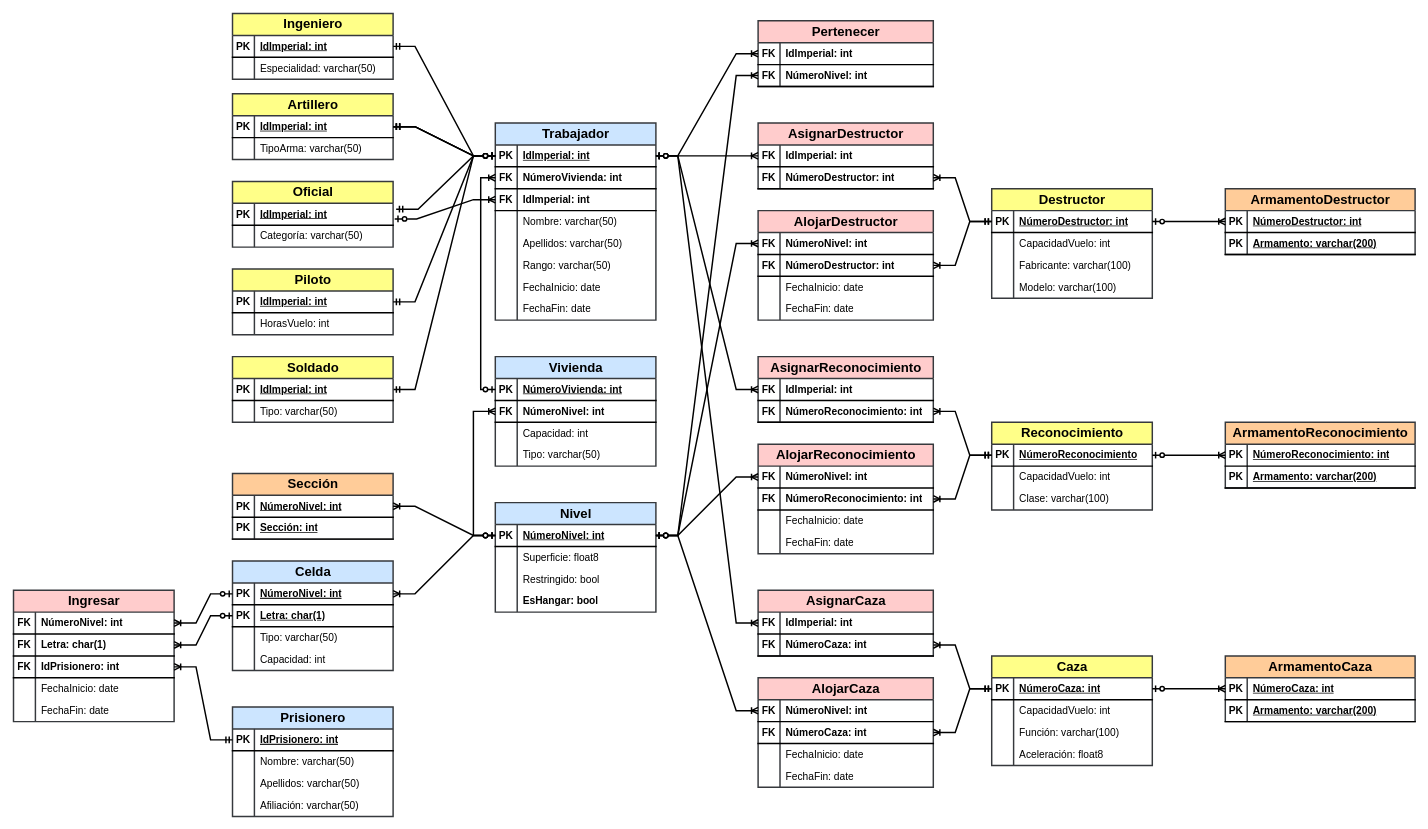
This is Tarea03_equipo/Diagramas/Ejercicio2A.drawio from Htska/Db, a draw.io file, before an edit. Source tidied: cells renumbered, new cells numbered last; positions are measured from the earlier drawing's top-left corner, leaving out a move shared by most shapes. Both pictures are drawn from the tidied source at 73%, with x=0, y=0 at pixel (13, 13).
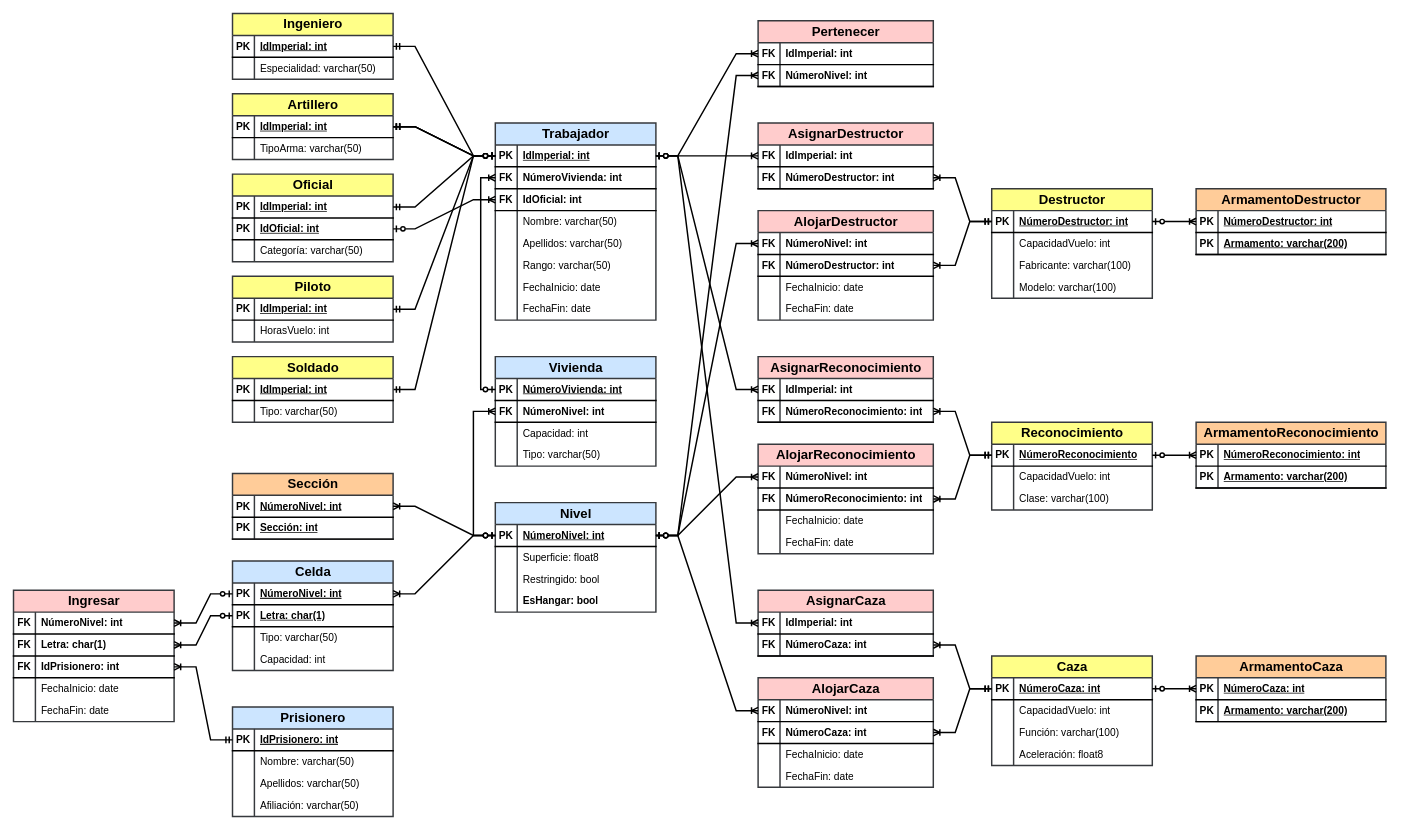
Above is the later version.

Commit message (it also covers changes not shown here):
actualizar 2a tarea 3

Unchanged cells that the change refers to:
```xml
<mxCell id="3" style="shape=tableRow;horizontal=0;startSize=0;swimlaneHead=0;swimlaneBody=0;fillColor=none;points=[[0,0.5],[1,0.5]];portConstraint=eastwest;top=0;left=0;right=0;bottom=1;strokeWidth=2;fontSize=14;labelBackgroundColor=none;" parent="2" vertex="1">
  <mxGeometry y="30" width="220" height="30" as="geometry" />
</mxCell>
<mxCell id="9" style="shape=tableRow;horizontal=0;startSize=0;swimlaneHead=0;swimlaneBody=0;fillColor=none;points=[[0,0.5],[1,0.5]];portConstraint=eastwest;top=0;left=0;right=0;bottom=1;strokeWidth=2;fontSize=14;labelBackgroundColor=none;" parent="2" vertex="1">
  <mxGeometry y="90" width="220" height="30" as="geometry" />
</mxCell>
<mxCell id="144" style="shape=tableRow;horizontal=0;startSize=0;swimlaneHead=0;swimlaneBody=0;fillColor=none;points=[[0,0.5],[1,0.5]];portConstraint=eastwest;top=0;left=0;right=0;bottom=1;strokeWidth=2;fontSize=14;labelBackgroundColor=none;" parent="143" vertex="1">
  <mxGeometry y="30" width="220" height="30" as="geometry" />
</mxCell>
```

The edit, as a diff of the source:
```diff
@@
-    <mxCell id="11" value="IdImperial: int" style="shape=partialRectangle;fillColor=none;top=0;left=0;bottom=0;right=0;align=left;spacingLeft=6;fontStyle=1;overflow=hidden;whiteSpace=wrap;html=1;strokeWidth=2;fontSize=14;labelBackgroundColor=none;" parent="9" vertex="1">
+    <mxCell id="11" value="IdOficial: int" style="shape=partialRectangle;fillColor=none;top=0;left=0;bottom=0;right=0;align=left;spacingLeft=6;fontStyle=1;overflow=hidden;whiteSpace=wrap;html=1;strokeWidth=2;fontSize=14;labelBackgroundColor=none;" parent="9" vertex="1">
       <mxGeometry x="30" width="190" height="30" as="geometry" />
     </mxCell>
@@
     <mxCell id="102" value="&lt;font style=&quot;font-size: 18px;&quot;&gt;ArmamentoDestructor&lt;/font&gt;" style="shape=table;startSize=30;childLayout=tableLayout;rowLines=0;fontStyle=1;align=center;html=1;strokeWidth=2;fontSize=14;labelBackgroundColor=none;fillColor=#ffcc99;strokeColor=#36393d;" parent="1" vertex="1">
-      <mxGeometry x="1660" y="240" width="260" height="90" as="geometry" />
+      <mxGeometry x="1620" y="240" width="260" height="90" as="geometry" />
     </mxCell>
@@
     <mxCell id="109" value="&lt;font style=&quot;font-size: 18px;&quot;&gt;ArmamentoReconocimiento&lt;/font&gt;" style="shape=table;startSize=30;childLayout=tableLayout;rowLines=0;fontStyle=1;align=center;html=1;strokeWidth=2;fontSize=14;labelBackgroundColor=none;fillColor=#ffcc99;strokeColor=#36393d;" parent="1" vertex="1">
-      <mxGeometry x="1660" y="560" width="260" height="90" as="geometry" />
+      <mxGeometry x="1620" y="560" width="260" height="90" as="geometry" />
     </mxCell>
@@
     <mxCell id="116" value="&lt;font style=&quot;font-size: 18px;&quot;&gt;ArmamentoCaza&lt;/font&gt;" style="shape=table;startSize=30;childLayout=tableLayout;rowLines=0;fontStyle=1;align=center;html=1;strokeWidth=2;fontSize=14;labelBackgroundColor=none;fillColor=#ffcc99;strokeColor=#36393d;" parent="1" vertex="1">
-      <mxGeometry x="1660" y="880" width="260" height="90" as="geometry" />
+      <mxGeometry x="1620" y="880" width="260" height="90" as="geometry" />
     </mxCell>
@@
     <mxCell id="143" value="&lt;font style=&quot;font-size: 18px;&quot;&gt;Oficial&lt;/font&gt;" style="shape=table;startSize=30;childLayout=tableLayout;rowLines=0;fontStyle=1;align=center;html=1;strokeWidth=2;fontSize=14;labelBackgroundColor=none;fillColor=#ffff88;strokeColor=#36393d;" parent="1" vertex="1">
-      <mxGeometry x="300" y="230" width="220" height="90" as="geometry" />
+      <mxGeometry x="300" y="220" width="220" height="120" as="geometry" />
     </mxCell>
@@
+    <mxCell id="293" style="shape=tableRow;horizontal=0;startSize=0;swimlaneHead=0;swimlaneBody=0;fillColor=none;points=[[0,0.5],[1,0.5]];portConstraint=eastwest;top=0;left=0;right=0;bottom=1;strokeWidth=2;fontSize=14;labelBackgroundColor=none;" parent="143" vertex="1">
+      <mxGeometry y="60" width="220" height="30" as="geometry" />
+    </mxCell>
+    <mxCell id="294" value="PK" style="shape=partialRectangle;fillColor=none;top=0;left=0;bottom=0;right=0;fontStyle=1;overflow=hidden;whiteSpace=wrap;html=1;strokeWidth=2;fontSize=14;labelBackgroundColor=none;" parent="293" vertex="1">
+      <mxGeometry width="30" height="30" as="geometry" />
+    </mxCell>
+    <mxCell id="295" value="IdOficial: int" style="shape=partialRectangle;fillColor=none;top=0;left=0;bottom=0;right=0;align=left;spacingLeft=6;fontStyle=5;overflow=hidden;whiteSpace=wrap;html=1;strokeWidth=2;fontSize=14;labelBackgroundColor=none;" parent="293" vertex="1">
+      <mxGeometry x="30" width="190" height="30" as="geometry" />
+    </mxCell>
     <mxCell id="147" style="shape=tableRow;horizontal=0;startSize=0;swimlaneHead=0;swimlaneBody=0;fillColor=none;top=0;left=0;right=0;bottom=0;strokeWidth=2;fontSize=14;labelBackgroundColor=none;" parent="143" vertex="1">
-      <mxGeometry y="60" width="220" height="30" as="geometry" />
+      <mxGeometry y="90" width="220" height="30" as="geometry" />
     </mxCell>
@@
     <mxCell id="150" value="&lt;font style=&quot;font-size: 18px;&quot;&gt;Piloto&lt;/font&gt;" style="shape=table;startSize=30;childLayout=tableLayout;rowLines=0;fontStyle=1;align=center;html=1;strokeWidth=2;fontSize=14;labelBackgroundColor=none;fillColor=#ffff88;strokeColor=#36393d;" parent="1" vertex="1">
-      <mxGeometry x="300" y="350" width="220" height="90" as="geometry" />
+      <mxGeometry x="300" y="360" width="220" height="90" as="geometry" />
     </mxCell>
@@
-    <mxCell id="258" style="edgeStyle=entityRelationEdgeStyle;fontSize=12;html=1;endArrow=ERzeroToOne;startArrow=ERoneToMany;rounded=0;fontFamily=Helvetica;fontColor=default;fontStyle=1;exitX=0;exitY=0.5;exitDx=0;exitDy=0;entryX=1.01;entryY=0.712;entryDx=0;entryDy=0;strokeWidth=2;endFill=0;startFill=0;entryPerimeter=0;labelBackgroundColor=none;" parent="1" edge="1" source="9" target="144">
+    <mxCell id="258" style="edgeStyle=entityRelationEdgeStyle;fontSize=12;html=1;endArrow=ERzeroToOne;startArrow=ERoneToMany;rounded=0;fontFamily=Helvetica;fontColor=default;fontStyle=1;exitX=0;exitY=0.5;exitDx=0;exitDy=0;entryX=1;entryY=0.5;entryDx=0;entryDy=0;strokeWidth=2;endFill=0;startFill=0;labelBackgroundColor=none;" parent="1" edge="1" source="9" target="293">
       <mxGeometry relative="1" as="geometry" />
     </mxCell>
@@
-    <mxCell id="285" style="edgeStyle=entityRelationEdgeStyle;fontSize=12;html=1;endArrow=ERzeroToOne;endFill=1;rounded=0;exitX=1.019;exitY=0.267;exitDx=0;exitDy=0;strokeWidth=2;startArrow=ERmandOne;startFill=0;entryX=0;entryY=0.5;entryDx=0;entryDy=0;exitPerimeter=0;labelBackgroundColor=none;fontColor=default;" parent="1" edge="1" source="144" target="3">
+    <mxCell id="285" style="edgeStyle=entityRelationEdgeStyle;fontSize=12;html=1;endArrow=ERzeroToOne;endFill=1;rounded=0;strokeWidth=2;startArrow=ERmandOne;startFill=0;entryX=0;entryY=0.5;entryDx=0;entryDy=0;labelBackgroundColor=none;fontColor=default;exitX=1;exitY=0.5;exitDx=0;exitDy=0;" parent="1" edge="1" source="144" target="3">
       <mxGeometry relative="1" as="geometry" />
     </mxCell>
```
